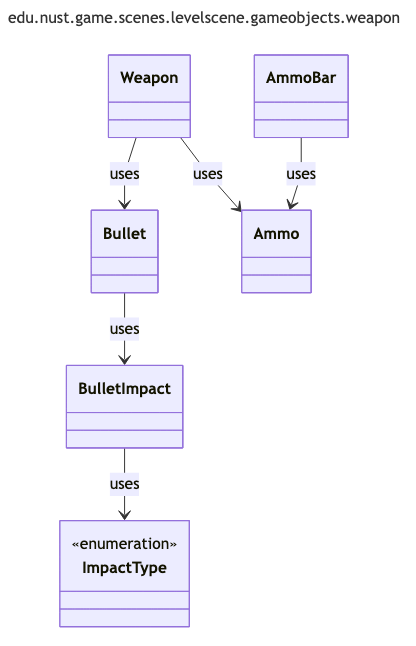
zombie-zero-nust/zombie-zero keeps this Mermaid diagram as uml/generated/png/package_edu_nust_game_scenes_levelscene_gameobjects_weapon.png. Above is the earlier version. Its source is kept beside it as uml/generated/mmd/package_edu_nust_game_scenes_levelscene_gameobjects_weapon.mmd. Its diagram source:
```mermaid
---
title: edu.nust.game.scenes.levelscene.gameobjects.weapon
config:
  look: classic
  layout: dagre
  flowchart:
    curve: linear
  class:
    defaultRenderer: dagre-wrapper
---
classDiagram
class Weapon
class AmmoBar
class Bullet
class Ammo
class BulletImpact
class ImpactType <<enumeration>>
AmmoBar --> Ammo : uses
Bullet --> BulletImpact : uses
BulletImpact --> ImpactType : uses
Weapon --> Ammo : uses
Weapon --> Bullet : uses
```
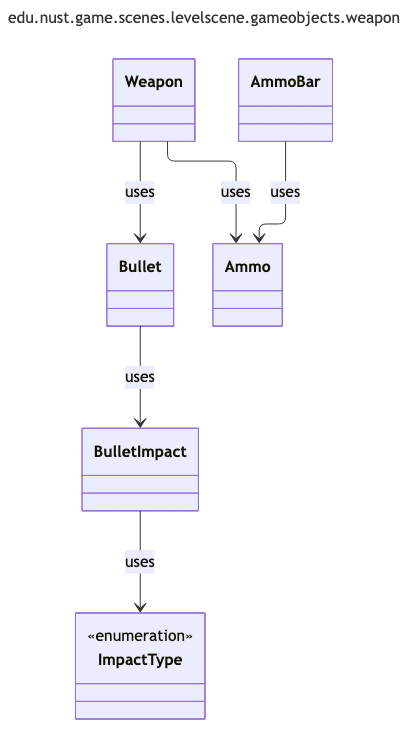
Later version of the same file.

Change to the diagram source:
```diff
@@ -2,19 +2,19 @@
 title: edu.nust.game.scenes.levelscene.gameobjects.weapon
 config:
   look: classic
-  layout: dagre
+  layout: elk
   flowchart:
     curve: linear
   class:
     defaultRenderer: dagre-wrapper
 ---
 classDiagram
-class Weapon
-class AmmoBar
-class Bullet
-class Ammo
-class BulletImpact
-class ImpactType <<enumeration>>
+  class Weapon
+  class AmmoBar
+  class Bullet
+  class Ammo
+  class BulletImpact
+  class ImpactType <<enumeration>>
 AmmoBar --> Ammo : uses
 Bullet --> BulletImpact : uses
 BulletImpact --> ImpactType : uses
```
